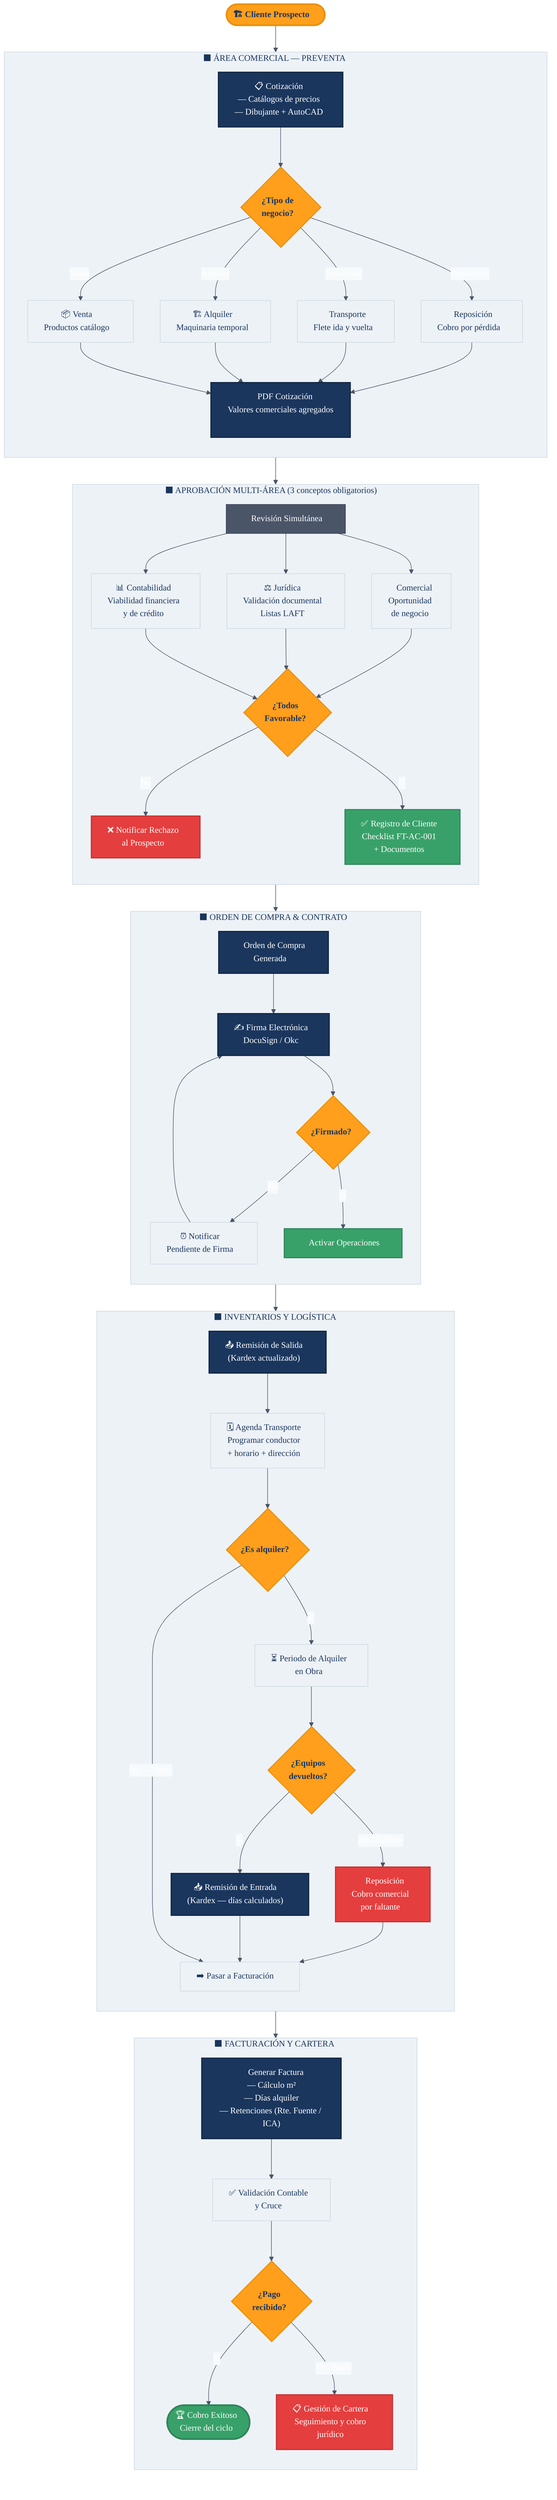
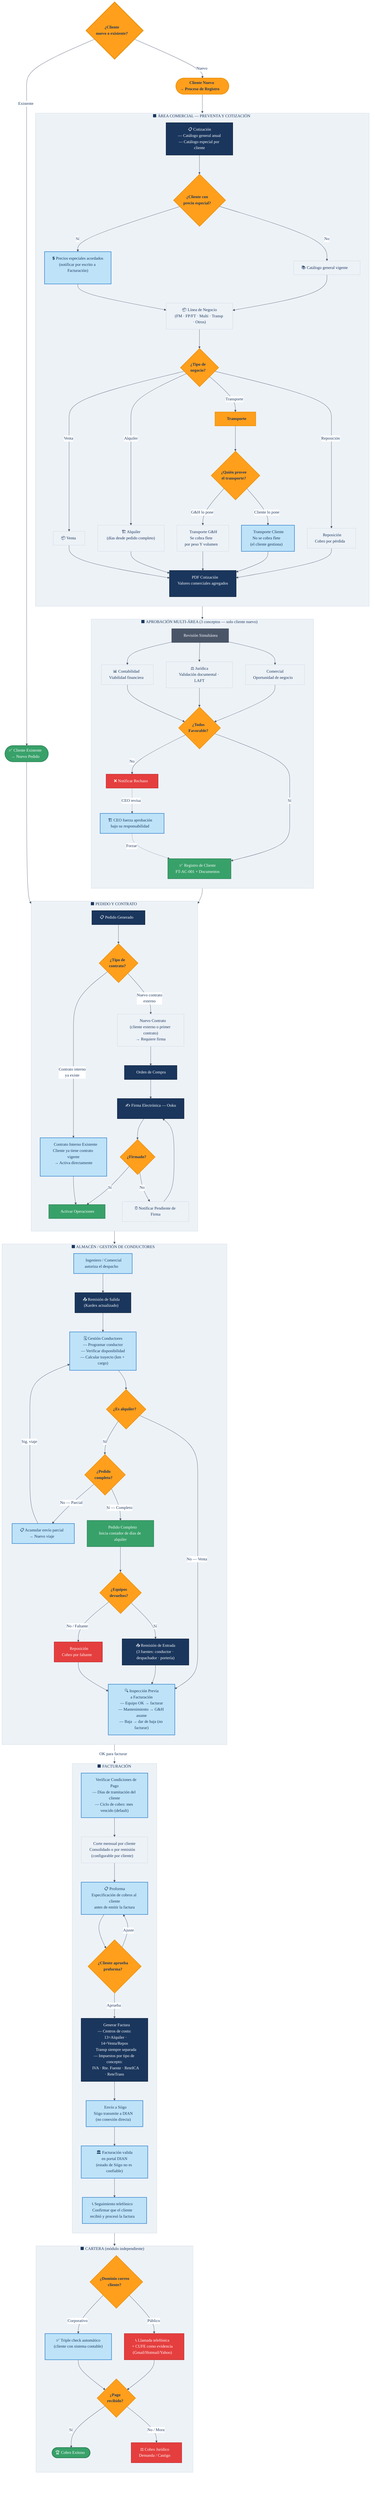
%%{init: {
  'theme': 'base',
  'themeVariables': {
    'primaryColor': '#1A365D',
    'primaryTextColor': '#FFFFFF',
    'primaryBorderColor': '#1A365D',
    'lineColor': '#4A5568',
    'secondaryColor': '#EDF2F7',
    'tertiaryColor': '#FF9F1C',
    'clusterBkg': '#EDF2F7',
    'clusterBorder': '#CBD5E0',
    'titleColor': '#1A365D',
-     'edgeLabelBackground': '#F7FAFC',
+     'edgeLabelBackground': '#FFFFFF',
    'fontFamily': 'Montserrat, sans-serif'
  }
}}%%

flowchart TD
    classDef azul       fill:#1A365D,color:#FFFFFF,stroke:#0F2440,stroke-width:2px
    classDef naranja     fill:#FF9F1C,color:#1A365D,stroke:#E8910A,stroke-width:2px,font-weight:bold
    classDef gris        fill:#4A5568,color:#FFFFFF,stroke:#2D3748,stroke-width:1px
    classDef grisClaro   fill:#EDF2F7,color:#1A365D,stroke:#CBD5E0,stroke-width:1px
    classDef exito       fill:#38A169,color:#FFFFFF,stroke:#2F855A,stroke-width:2px
    classDef peligro     fill:#E53E3E,color:#FFFFFF,stroke:#C53030,stroke-width:2px
    classDef inicio      fill:#FF9F1C,color:#1A365D,stroke:#E8910A,stroke-width:3px,font-weight:bold
    classDef fin         fill:#38A169,color:#FFFFFF,stroke:#2F855A,stroke-width:3px
+     classDef nuevo       fill:#BEE3F8,color:#1A365D,stroke:#3182CE,stroke-width:2px

-     %% ── INICIO
-     INICIO(["🏗️ Cliente Prospecto"]):::inicio
+     linkStyle default color:#1A365D
+ 
+     %% ── INICIO — CLIENTE NUEVO O EXISTENTE
+     CLIENTEQ{"¿Cliente\nnuevo o existente?"}:::inicio
+     NUEVO(["👤 Cliente Nuevo\n→ Proceso de Registro"]):::naranja
+     EXISTENTE(["✅ Cliente Existente\n→ Nuevo Pedido"]):::exito

    %% ── MÓDULO 1: COTIZACIÓN
-     subgraph PREVENTA["⬛  ÁREA COMERCIAL — PREVENTA"]
+     subgraph PREVENTA["⬛  ÁREA COMERCIAL — PREVENTA Y COTIZACIÓN"]
        direction TB
-         COT["📋 Cotización\n― Catálogos de precios\n― Dibujante + AutoCAD"]:::azul
+         COT["📋 Cotización\n― Catálogo general anual\n― Catálogo especial por cliente"]:::azul
+         CATQ{"¿Cliente con\nprecio especial?"}:::naranja
+         CAT_ESP["💲 Precios especiales acordados\n(notificar por escrito a Facturación)"]:::nuevo
+         CAT_GEN["📚 Catálogo general vigente"]:::grisClaro
+         LINEA["📦 Línea de Negocio\n(FM · FP/FT · Multi · Transp · Otros)"]:::grisClaro
        TIPO{"¿Tipo de\nnegocio?"}:::naranja
-         VENTA["📦 Venta\nProductos catálogo"]:::grisClaro
-         ALQUILER["🏗️ Alquiler\nMaquinaria temporal"]:::grisClaro
-         TRANSP["🚛 Transporte\nFlete ida y vuelta"]:::grisClaro
+         VENTA["📦 Venta"]:::grisClaro
+         ALQUILER["🏗️ Alquiler\n(días desde pedido completo)"]:::grisClaro
+         TRANSP["🚛 Transporte"]:::naranja
+         TRANSP_PROV{"¿Quién provee\nel transporte?"}:::naranja
+         TRANSP_GYH["🚛 Transporte G&H\nSe cobra flete\npor peso Y volumen"]:::grisClaro
+         TRANSP_CLI["🤝 Transporte Cliente\nNo se cobra flete\n(el cliente gestiona)"]:::nuevo
        REPOS["🔄 Reposición\nCobro por pérdida"]:::grisClaro
        PDF["📄 PDF Cotización\nValores comerciales agregados"]:::azul
    end

-     %% ── MÓDULO 2: APROBACIÓN
-     subgraph APROBACION["⬛  APROBACIÓN MULTI-ÁREA (3 conceptos obligatorios)"]
+     %% ── MÓDULO 2: APROBACIÓN (solo clientes nuevos)
+     subgraph APROBACION["⬛  APROBACIÓN MULTI-ÁREA (3 conceptos — solo cliente nuevo)"]
        direction TB
        REVISION["👥 Revisión Simultánea"]:::gris
-         CONTA["📊 Contabilidad\nViabilidad financiera\ny de crédito"]:::grisClaro
-         JURI["⚖️ Jurídica\nValidación documental\nListas LAFT"]:::grisClaro
-         COMER["💼 Comercial\nOportunidad\nde negocio"]:::grisClaro
+         CONTA["📊 Contabilidad\nViabilidad financiera"]:::grisClaro
+         JURI["⚖️ Jurídica\nValidación documental · LAFT"]:::grisClaro
+         COMER["💼 Comercial\nOportunidad de negocio"]:::grisClaro
        APROBQ{"¿Todos\nFavorable?"}:::naranja
-         RECHAZA["❌ Notificar Rechazo\nal Prospecto"]:::peligro
-         REGISTRO["✅ Registro de Cliente\nChecklist FT-AC-001\n+ Documentos"]:::exito
+         RECHAZA["❌ Notificar Rechazo"]:::peligro
+         CEO_OVER["🏗️ CEO fuerza aprobación\nbajo su responsabilidad"]:::nuevo
+         REGISTRO["✅ Registro de Cliente\nFT-AC-001 + Documentos"]:::exito
    end

    %% ── MÓDULO 3: CONTRATOS
-     subgraph CONTRATO["⬛  ORDEN DE COMPRA & CONTRATO"]
+     subgraph CONTRATO["⬛  PEDIDO Y CONTRATO"]
        direction TB
-         ORDEN["📝 Orden de Compra\nGenerada"]:::azul
-         FIRMA["✍️ Firma Electrónica\nDocuSign / Okc"]:::azul
+         PEDIDO["📋 Pedido Generado"]:::azul
+         CONTRATO_TIPO{"¿Tipo de\ncontrato?"}:::naranja
+         CONT_INT["📁 Contrato Interno Existente\nCliente ya tiene contrato vigente\n→ Activa directamente"]:::nuevo
+         CONT_EXT["📝 Nuevo Contrato\n(cliente externo o primer contrato)\n→ Requiere firma"]:::grisClaro
+         ORDEN["📝 Orden de Compra"]:::azul
+         FIRMA["✍️ Firma Electrónica — Ooku"]:::azul
        FIRMAQ{"¿Firmado?"}:::naranja
-         NOTIFIRMA["⏰ Notificar\nPendiente de Firma"]:::grisClaro
+         NOTIFIRMA["⏰ Notificar Pendiente de Firma"]:::grisClaro
        ACTIVAR["🚀 Activar Operaciones"]:::exito
    end

-     %% ── MÓDULO 4: INVENTARIOS
-     subgraph INVENTARIOS["⬛  INVENTARIOS Y LOGÍSTICA"]
+     %% ── MÓDULO 4: ALMACÉN
+     subgraph ALMACEN_MOD["⬛  ALMACÉN / GESTIÓN DE CONDUCTORES"]
        direction TB
+         INGAPRUEBA["👷 Ingeniero / Comercial\nautoriza el despacho"]:::nuevo
        SALIDA["📤 Remisión de Salida\n(Kardex actualizado)"]:::azul
-         AGENDA["🗓️ Agenda Transporte\nProgramar conductor\n+ horario + dirección"]:::grisClaro
+         AGENDA["🗓️ Gestión Conductores\n― Programar conductor\n― Verificar disponibilidad\n― Calcular trayecto (km + cargo)"]:::nuevo
        ESALQUILER{"¿Es alquiler?"}:::naranja
-         FACDIR["➡️ Pasar a Facturación"]:::grisClaro
-         PERIODO["⏳ Periodo de Alquiler\nen Obra"]:::grisClaro
+         PEDIDOQ{"¿Pedido\ncompleto?"}:::naranja
+         PARCIAL_ACU["📋 Acumular envío parcial\n→ Nuevo viaje"]:::nuevo
+         ALQUILER_INI["📅 Pedido Completo\nInicia contador de días de alquiler"]:::exito
        DEVQ{"¿Equipos\ndevueltos?"}:::naranja
-         ENTRADA["📥 Remisión de Entrada\n(Kardex — días calculados)"]:::azul
-         REPOS2["🔄 Reposición\nCobro comercial\npor faltante"]:::peligro
+         ENTRADA["📥 Remisión de Entrada\n(3 fuentes: conductor · despachador · portería)"]:::azul
+         REPOS2["🔄 Reposición\nCobro por faltante"]:::peligro
+         INSPEC_PREV["🔍 Inspección Previa\na Facturación\n― Equipo OK → facturar\n― Mantenimiento → G&H asume\n― Baja → dar de baja (no facturar)"]:::nuevo
    end

    %% ── MÓDULO 5: FACTURACIÓN
-     subgraph FACTURACION["⬛  FACTURACIÓN Y CARTERA"]
+     subgraph FACTURACION["⬛  FACTURACIÓN"]
        direction TB
-         FACTURA["📃 Generar Factura\n― Cálculo m²\n― Días alquiler\n― Retenciones (Rte. Fuente / ICA)"]:::azul
-         VALIDA["✅ Validación Contable\ny Cruce"]:::grisClaro
-         PAGOQ{"¿Pago\nrecibido?"}:::naranja
-         EXITO(["🏆 Cobro Exitoso\nCierre del ciclo"]):::fin
-         CARTERA["📋 Gestión de Cartera\nSeguimiento y cobro\njurídico"]:::peligro
+         COND_PAGO["📅 Verificar Condiciones de Pago\n― Días de tramitación del cliente\n― Ciclo de cobro: mes vencido (default)"]:::nuevo
+         CORTE["📅 Corte mensual por cliente\nConsolidado o por remisión\n(configurable por cliente)"]:::grisClaro
+         PROFORMA["📋 Proforma\nEspecificación de cobros al cliente\nantes de emitir la factura"]:::nuevo
+         PROFORMAQ{"¿Cliente aprueba\nproforma?"}:::naranja
+         FACTURA["📃 Generar Factura\n― Centros de costo:\n   13=Alquiler · 14=Venta/Repos\n   Transp siempre separada\n― Impuestos por tipo de concepto:\n   IVA · Rte. Fuente · ReteICA · ReteTrans"]:::azul
+         SIIGO["🔗 Envío a Siigo\nSiigo transmite a DIAN\n(no conexión directa)"]:::nuevo
+         DIAN_VAL["🏛️ Facturación valida\nen portal DIAN\n(estado de Siigo no es confiable)"]:::nuevo
+         SEG_TEL["📞 Seguimiento telefónico\nConfirmar que el cliente\nrecibió y procesó la factura"]:::nuevo
    end

-     %% ── CONEXIONES PRINCIPALES
-     INICIO --> COT
-     COT --> TIPO
+     %% ── MÓDULO 6: CARTERA (completamente separado)
+     subgraph CARTERA_MOD["⬛  CARTERA (módulo independiente)"]
+         direction TB
+         CART_TIPO{"¿Dominio correo\ncliente?"}:::naranja
+         CARTERA_CORP["✅ Triple check automático\n(cliente con sistema contable)"]:::nuevo
+         CARTERA_PUB["📞 Llamada telefónica\n+ CUFE como evidencia\n(Gmail/Hotmail/Yahoo)"]:::peligro
+         PAGOQ{"¿Pago\nrecibido?"}:::naranja
+         EXITO(["🏆 Cobro Exitoso"]):::fin
+         COBRO_JUR["⚖️ Cobro Jurídico\nDemanda / Castigo"]:::peligro
+     end
+ 
+     %% ── CONEXIONES INICIO
+     CLIENTEQ -->|"Nuevo"| NUEVO
+     CLIENTEQ -->|"Existente"| EXISTENTE
+     NUEVO --> COT
+     EXISTENTE --> PEDIDO
+ 
+     %% ── COTIZACIÓN
+     COT --> CATQ
+     CATQ -->|"Sí"| CAT_ESP
+     CATQ -->|"No"| CAT_GEN
+     CAT_ESP & CAT_GEN --> LINEA
+     LINEA --> TIPO
    TIPO -->|"Venta"| VENTA
    TIPO -->|"Alquiler"| ALQUILER
    TIPO -->|"Transporte"| TRANSP
    TIPO -->|"Reposición"| REPOS
-     VENTA & ALQUILER & TRANSP & REPOS --> PDF
+     TRANSP --> TRANSP_PROV
+     TRANSP_PROV -->|"G&H lo pone"| TRANSP_GYH
+     TRANSP_PROV -->|"Cliente lo pone"| TRANSP_CLI
+     VENTA & ALQUILER & TRANSP_GYH & TRANSP_CLI & REPOS --> PDF

+     %% ── APROBACIÓN (solo nuevo)
    PDF --> REVISION
    REVISION --> CONTA & JURI & COMER
    CONTA & JURI & COMER --> APROBQ
    APROBQ -->|"No"| RECHAZA
+     RECHAZA -.->|"CEO revisa"| CEO_OVER
+     CEO_OVER -.->|"Forzar"| REGISTRO
    APROBQ -->|"Sí"| REGISTRO
+     REGISTRO --> PEDIDO

-     REGISTRO --> ORDEN
+     %% ── CONTRATOS
+     PEDIDO --> CONTRATO_TIPO
+     CONTRATO_TIPO -->|"Contrato interno\nya existe"| CONT_INT
+     CONTRATO_TIPO -->|"Nuevo contrato\nexterno"| CONT_EXT
+     CONT_INT --> ACTIVAR
+     CONT_EXT --> ORDEN
    ORDEN --> FIRMA
    FIRMA --> FIRMAQ
    FIRMAQ -->|"No"| NOTIFIRMA
    NOTIFIRMA --> FIRMA
    FIRMAQ -->|"Sí"| ACTIVAR

-     ACTIVAR --> SALIDA
+     %% ── ALMACÉN
+     ACTIVAR --> INGAPRUEBA
+     INGAPRUEBA --> SALIDA
    SALIDA --> AGENDA
    AGENDA --> ESALQUILER
-     ESALQUILER -->|"No — Venta"| FACDIR
-     ESALQUILER -->|"Sí"| PERIODO
-     PERIODO --> DEVQ
+     ESALQUILER -->|"No — Venta"| INSPEC_PREV
+     ESALQUILER -->|"Sí"| PEDIDOQ
+     PEDIDOQ -->|"No — Parcial"| PARCIAL_ACU
+     PARCIAL_ACU -->|"Sig. viaje"| AGENDA
+     PEDIDOQ -->|"Sí — Completo"| ALQUILER_INI
+     ALQUILER_INI --> DEVQ
    DEVQ -->|"Sí"| ENTRADA
    DEVQ -->|"No / Faltante"| REPOS2
-     ENTRADA --> FACDIR
-     REPOS2 --> FACDIR
+     ENTRADA --> INSPEC_PREV
+     REPOS2 --> INSPEC_PREV
+     INSPEC_PREV -->|"OK para facturar"| COND_PAGO

-     FACDIR --> FACTURA
-     FACTURA --> VALIDA
-     VALIDA --> PAGOQ
+     %% ── FACTURACIÓN
+     COND_PAGO --> CORTE
+     CORTE --> PROFORMA
+     PROFORMA --> PROFORMAQ
+     PROFORMAQ -->|"Aprueba"| FACTURA
+     PROFORMAQ -->|"Ajuste"| PROFORMA
+     FACTURA --> SIIGO
+     SIIGO --> DIAN_VAL
+     DIAN_VAL --> SEG_TEL
+ 
+     %% ── CARTERA
+     SEG_TEL --> CART_TIPO
+     CART_TIPO -->|"Corporativo"| CARTERA_CORP
+     CART_TIPO -->|"Público"| CARTERA_PUB
+     CARTERA_CORP & CARTERA_PUB --> PAGOQ
    PAGOQ -->|"Sí"| EXITO
-     PAGOQ -->|"No / Mora"| CARTERA
+     PAGOQ -->|"No / Mora"| COBRO_JUR
